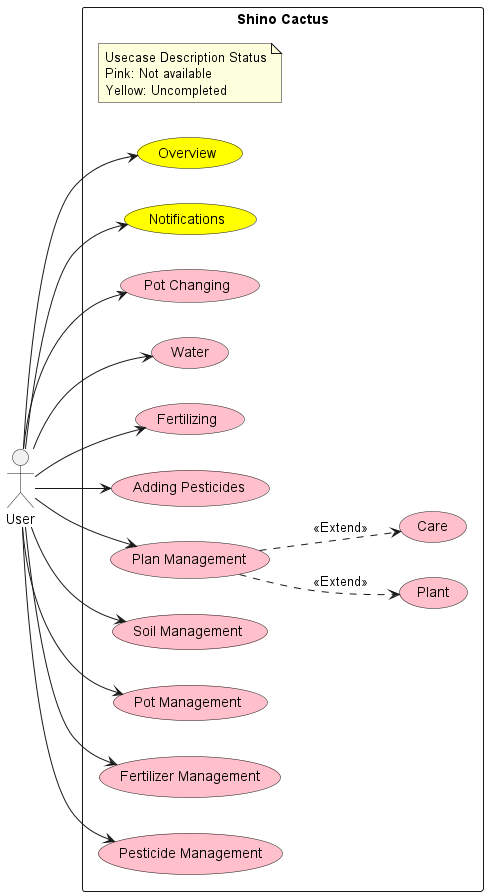
Before: out/UML/Concept/Usecase.png, a diagram exported from PlantUML (Shinodari/CactusMan-Analysis).
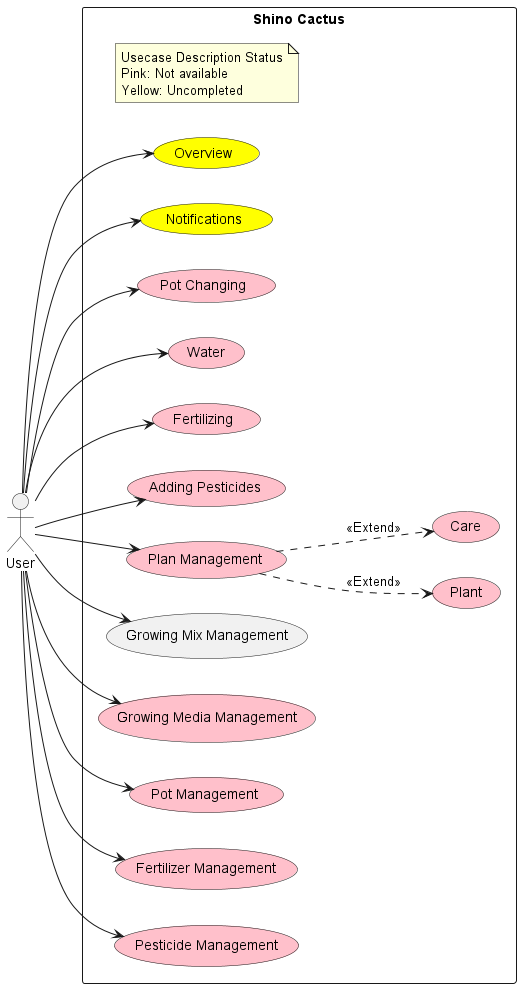
The same diagram one commit later.

Commit message:
feat(usecase & des 2.1)!:  first growing mix management BEAKING CHANGE: Soil Management split into Growing Mix Management and Growing Media Management

Change to the diagram source:
```diff
@@ -13,7 +13,8 @@
     usecase "Plan Management" as PlanM #pink
     usecase Plant #pink
     usecase Care #pink
-    usecase "Soil Management" as SoilM #pink
+    usecase "Growing Mix Management" as GXM
+    usecase "Growing Media Management" as GMM #pink
     usecase "Pot Management" as PotM #pink
     usecase "Fertilizer Management" as FertilizerM #pink
     usecase "Pesticide Management" as PesticideM #pink
@@ -27,13 +28,12 @@
 User --> Fertilizing
 User --> APesticides
 User --> PlanM
-User --> SoilM
+User --> GXM
+User --> GMM
 User --> PotM
 User --> FertilizerM
 User --> PesticideM
 
 PlanM ..> Plant : <<Extend>>
 PlanM ..> Care : <<Extend>>
-
-
 @enduml
```
